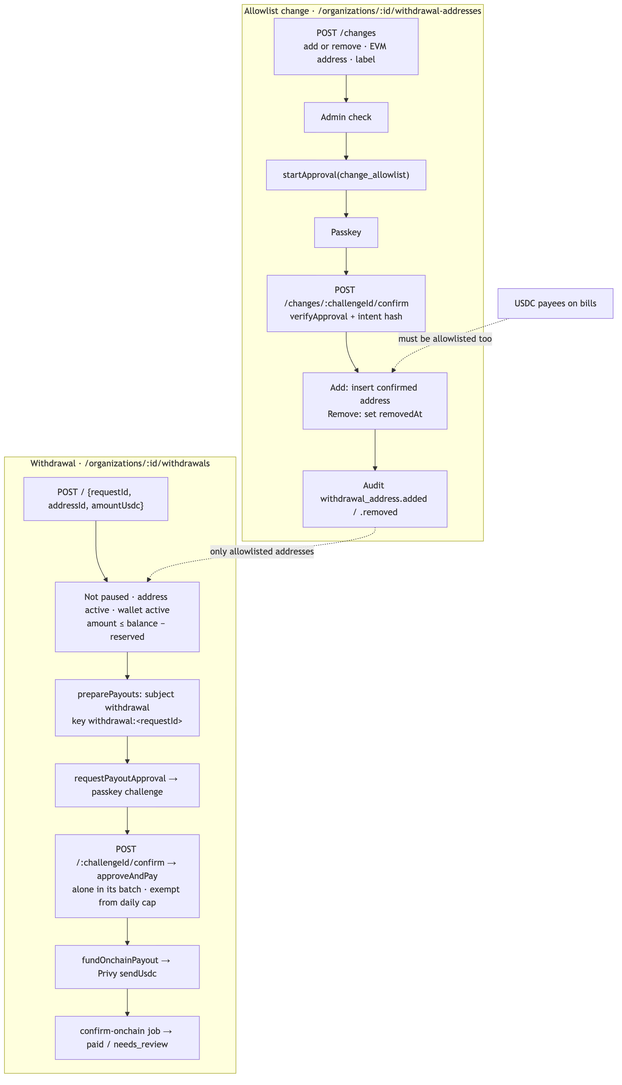
Expendi/Expendi-business keeps this Mermaid diagram as docs/architecture/14-withdrawals-and-the-address-allowlist.png. Above is the earlier version. Its source is kept beside it as docs/architecture/src/14-withdrawals-and-the-address-allowlist.mmd. Source of this version:
```mermaid
flowchart TD
  subgraph Allowlist["Allowlist change · /organizations/:id/withdrawal-addresses"]
    A1["POST /changes<br/>add or remove · EVM address · label"] --> A2["Admin check"]
    A2 --> A3["startApproval(change_allowlist)"]
    A3 --> A4["Passkey"]
    A4 --> A5["POST /changes/:challengeId/confirm<br/>verifyApproval + intent hash"]
    A5 --> A6["Add: insert confirmed address<br/>Remove: set removedAt"]
    A6 --> A7["Audit withdrawal_address.added / .removed"]
  end

  subgraph Withdraw["Withdrawal · /organizations/:id/withdrawals"]
    W1["POST / {requestId, addressId, amountUsdc}"] --> W2["Not paused · address active · wallet active<br/>amount ≤ balance − reserved"]
    W2 --> W3["preparePayouts: subject withdrawal<br/>key withdrawal:&lt;requestId&gt;"]
    W3 --> W4["requestPayoutApproval → passkey challenge"]
    W4 --> W5["POST /:challengeId/confirm → approveAndPay<br/>alone in its batch · exempt from daily cap"]
    W5 --> W6["fundOnchainPayout → Privy sendUsdc"]
    W6 --> W7["confirm-onchain job → paid / needs_review"]
  end

  A7 -. "only allowlisted addresses" .-> W2
  USDCP["USDC payees on bills"] -. "must be allowlisted too" .-> A6
```
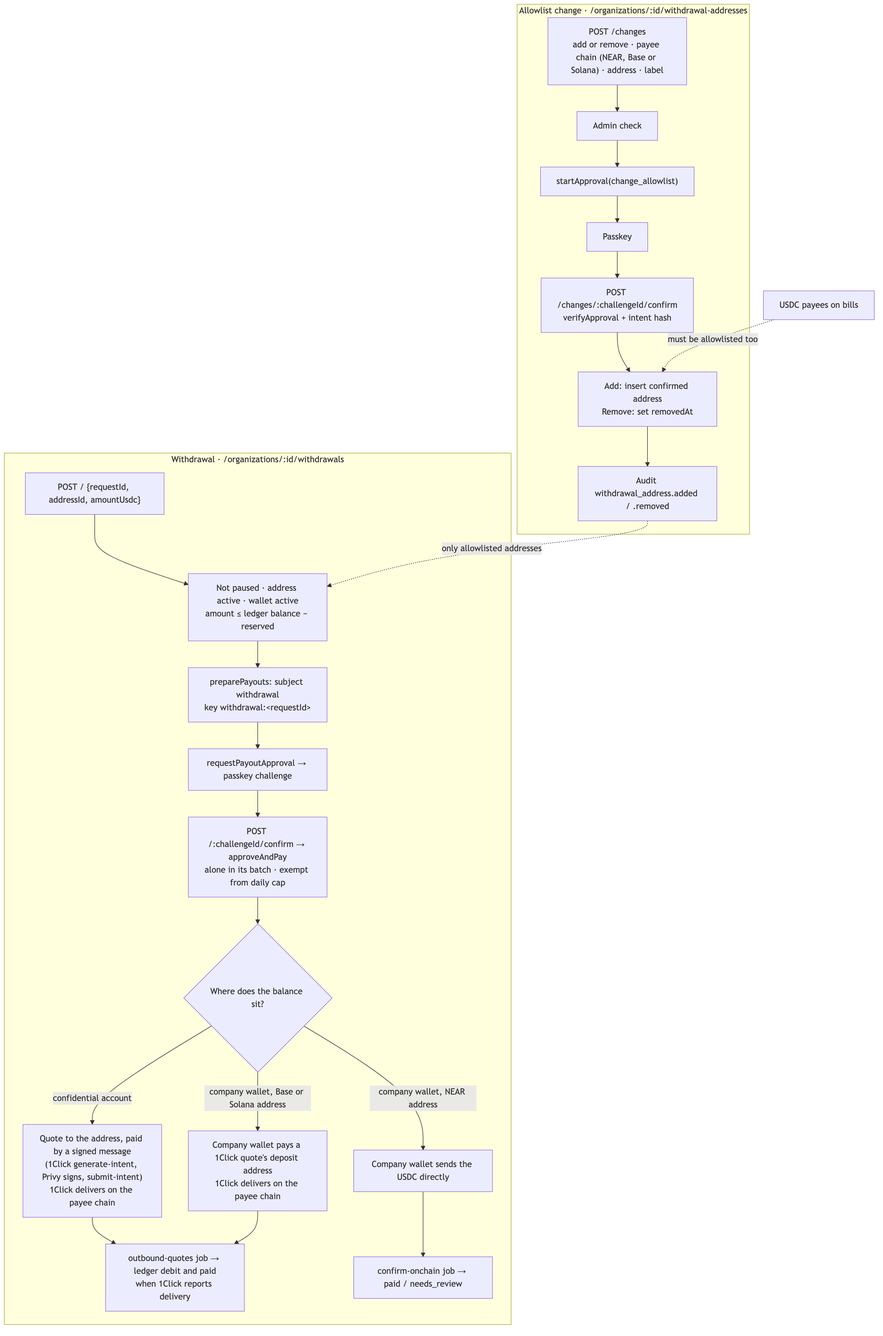
Above is the later version.

The edit, as a diff of the source:
```diff
@@ -1,6 +1,6 @@
 flowchart TD
   subgraph Allowlist["Allowlist change · /organizations/:id/withdrawal-addresses"]
-    A1["POST /changes<br/>add or remove · EVM address · label"] --> A2["Admin check"]
+    A1["POST /changes<br/>add or remove · payee chain (NEAR, Base or Solana) · address · label"] --> A2["Admin check"]
     A2 --> A3["startApproval(change_allowlist)"]
     A3 --> A4["Passkey"]
     A4 --> A5["POST /changes/:challengeId/confirm<br/>verifyApproval + intent hash"]
@@ -9,12 +9,17 @@
   end
 
   subgraph Withdraw["Withdrawal · /organizations/:id/withdrawals"]
-    W1["POST / {requestId, addressId, amountUsdc}"] --> W2["Not paused · address active · wallet active<br/>amount ≤ balance − reserved"]
+    W1["POST / {requestId, addressId, amountUsdc}"] --> W2["Not paused · address active · wallet active<br/>amount ≤ ledger balance − reserved"]
     W2 --> W3["preparePayouts: subject withdrawal<br/>key withdrawal:&lt;requestId&gt;"]
     W3 --> W4["requestPayoutApproval → passkey challenge"]
     W4 --> W5["POST /:challengeId/confirm → approveAndPay<br/>alone in its batch · exempt from daily cap"]
-    W5 --> W6["fundOnchainPayout → Privy sendUsdc"]
-    W6 --> W7["confirm-onchain job → paid / needs_review"]
+    W5 --> W6{"Where does the balance sit?"}
+    W6 -- "confidential account" --> W7["Quote to the address, paid by a signed message<br/>(1Click generate-intent, Privy signs, submit-intent)<br/>1Click delivers on the payee chain"]
+    W6 -- "company wallet, NEAR address" --> W8["Company wallet sends the USDC directly"]
+    W6 -- "company wallet, Base or Solana address" --> W9["Company wallet pays a 1Click quote's deposit address<br/>1Click delivers on the payee chain"]
+    W7 --> W10["outbound-quotes job → ledger debit and paid<br/>when 1Click reports delivery"]
+    W8 --> W11["confirm-onchain job → paid / needs_review"]
+    W9 --> W10
   end
 
   A7 -. "only allowlisted addresses" .-> W2
```
